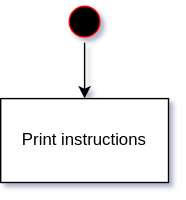
Before: Code Folder/engineeringCalc.drawio.svg, a diagram exported from draw.io (JFinnTeacher/PME-Coding-with-Syntax). Source tidied: cells renumbered, new cells last; positions are measured from the earlier drawing's top-left corner, leaving out a move shared by most shapes.
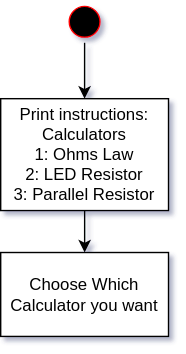
Above is the later version.

Change to the diagram source:
```diff
@@ -8,8 +8,14 @@
     <mxCell id="3" style="ellipse;html=1;shape=startState;fillColor=#000000;strokeColor=#ff0000;" parent="1" vertex="1">
       <mxGeometry x="45" width="30" height="30" as="geometry" />
     </mxCell>
+    <mxCell id="5" style="edgeStyle=orthogonalEdgeStyle;rounded=0;jettySize=auto;html=1;" parent="1" edge="1" source="4" target="6">
+      <mxGeometry relative="1" as="geometry" />
+    </mxCell>
-    <mxCell id="4" value="Print instructions" style="whiteSpace=wrap;html=1;gradientColor=none;shadow=0;glass=0;rounded=0;" parent="1" vertex="1">
-      <mxGeometry y="70" width="120" height="60" as="geometry" />
+    <mxCell id="4" value="&lt;div&gt;Print instructions: Calculators&lt;/div&gt;&lt;div&gt;1: Ohms Law&lt;/div&gt;&lt;div&gt;2: LED Resistor&lt;/div&gt;&lt;div&gt;3: Parallel Resistor&lt;br&gt;&lt;/div&gt;" style="whiteSpace=wrap;html=1;gradientColor=none;shadow=0;glass=0;rounded=0;" parent="1" vertex="1">
+      <mxGeometry y="70" width="120" height="80" as="geometry" />
     </mxCell>
+    <mxCell id="6" value="&lt;div&gt;Choose Which &lt;br&gt;&lt;/div&gt;&lt;div&gt;Calculator you want&lt;br&gt;&lt;/div&gt;" style="whiteSpace=wrap;html=1;gradientColor=none;shadow=0;glass=0;rounded=0;" parent="1" vertex="1">
+      <mxGeometry y="180" width="120" height="60" as="geometry" />
+    </mxCell>
   </root>
 </mxGraphModel>
```
